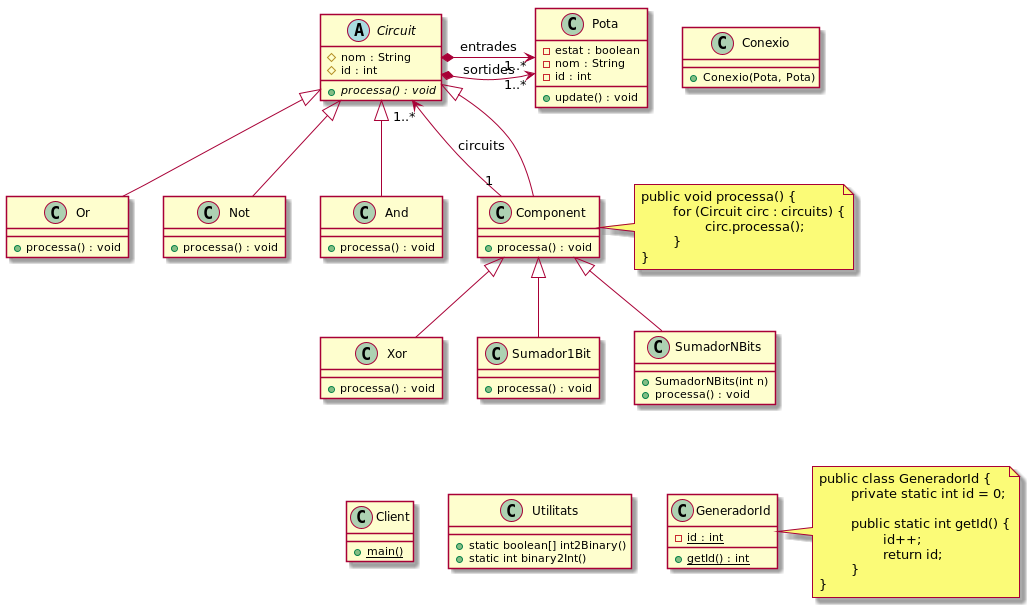
Before: model.png, a diagram exported from PlantUML (disseny-de-software/cad_circuits).
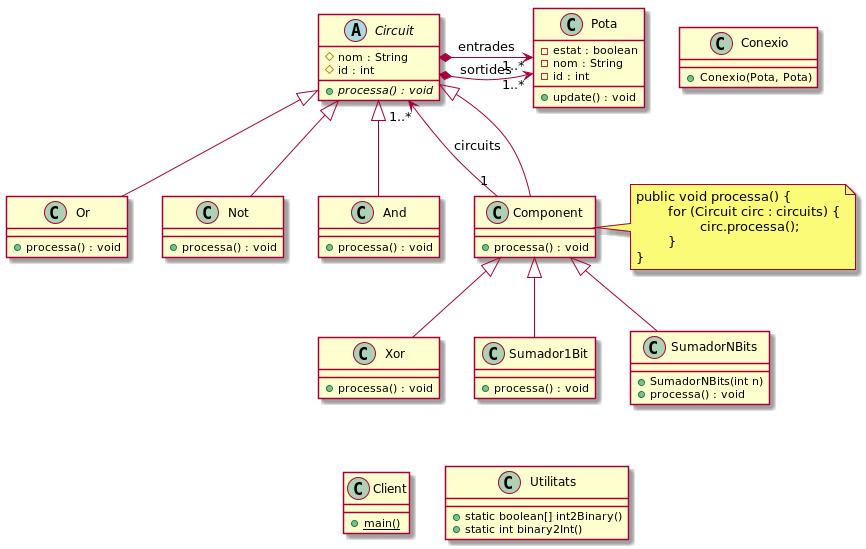
The same diagram one commit later.

Diff of the diagram source:
```diff
@@ -87,23 +87,5 @@
 Sumador1Bit -[hidden]right-> SumadorNBits
 Utilitats -[hidden]up-> Sumador1Bit
 
-class GeneradorId {
-- {static} id : int
-+ {static} getId() : int
-}
-
-
-GeneradorId -[hidden]left-> Utilitats
-
-note right of GeneradorId
-public class GeneradorId {
-	private static int id = 0;
-
-	public static int getId() {
-		id++;
-		return id;
-	}
-}
-end note
 
 @enduml
```
